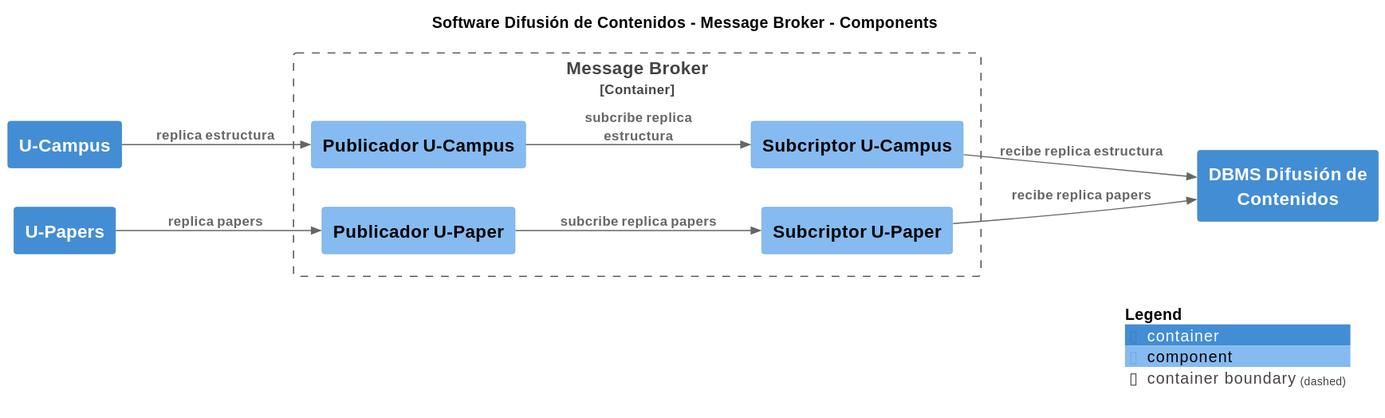
Earlier version of the PlantUML export build/site/svg/Component-002-Component-002.svg (nbrx/c4-dcc-arq). Its source is kept beside it as build/site/puml/Component-002-Component-002.puml. Source of this version:
```plantuml
@startuml
set separator none
title Software Difusión de Contenidos - Message Broker - Components

left to right direction

!include <C4/C4>
!include <C4/C4_Context>
!include <C4/C4_Container>
!include <C4/C4_Component>

skinparam svgDimensionStyle false
skinparam preserveAspectRatio meet
Container(SoftwareDifusióndeContenidos.DBMSDifusióndeContenidos, "DBMS Difusión de Contenidos", "", $tags="")
Container(SoftwareDifusióndeContenidos.UCampus, "U-Campus", "", $tags="")
Container(SoftwareDifusióndeContenidos.UPapers, "U-Papers", "", $tags="")

Container_Boundary("SoftwareDifusióndeContenidos.MessageBroker_boundary", "Message Broker", $tags="") {
  Component(SoftwareDifusióndeContenidos.MessageBroker.PublicadorUCampus, "Publicador U-Campus", "", $tags="")
  Component(SoftwareDifusióndeContenidos.MessageBroker.PublicadorUPaper, "Publicador U-Paper", "", $tags="")
  Component(SoftwareDifusióndeContenidos.MessageBroker.SubcriptorUCampus, "Subcriptor U-Campus", "", $tags="")
  Component(SoftwareDifusióndeContenidos.MessageBroker.SubcriptorUPaper, "Subcriptor U-Paper", "", $tags="")
}

Rel_D(SoftwareDifusióndeContenidos.MessageBroker.PublicadorUCampus, SoftwareDifusióndeContenidos.MessageBroker.SubcriptorUCampus, "subcribe replica estructura", $tags="")
Rel_D(SoftwareDifusióndeContenidos.MessageBroker.SubcriptorUCampus, SoftwareDifusióndeContenidos.DBMSDifusióndeContenidos, "recibe replica estructura", $tags="")
Rel_D(SoftwareDifusióndeContenidos.MessageBroker.PublicadorUPaper, SoftwareDifusióndeContenidos.MessageBroker.SubcriptorUPaper, "subcribe replica papers", $tags="")
Rel_D(SoftwareDifusióndeContenidos.MessageBroker.SubcriptorUPaper, SoftwareDifusióndeContenidos.DBMSDifusióndeContenidos, "recibe replica papers", $tags="")
Rel_D(SoftwareDifusióndeContenidos.UPapers, SoftwareDifusióndeContenidos.MessageBroker.PublicadorUPaper, "replica papers", $tags="")
Rel_D(SoftwareDifusióndeContenidos.UCampus, SoftwareDifusióndeContenidos.MessageBroker.PublicadorUCampus, "replica estructura", $tags="")

SHOW_LEGEND(true)
@enduml
```
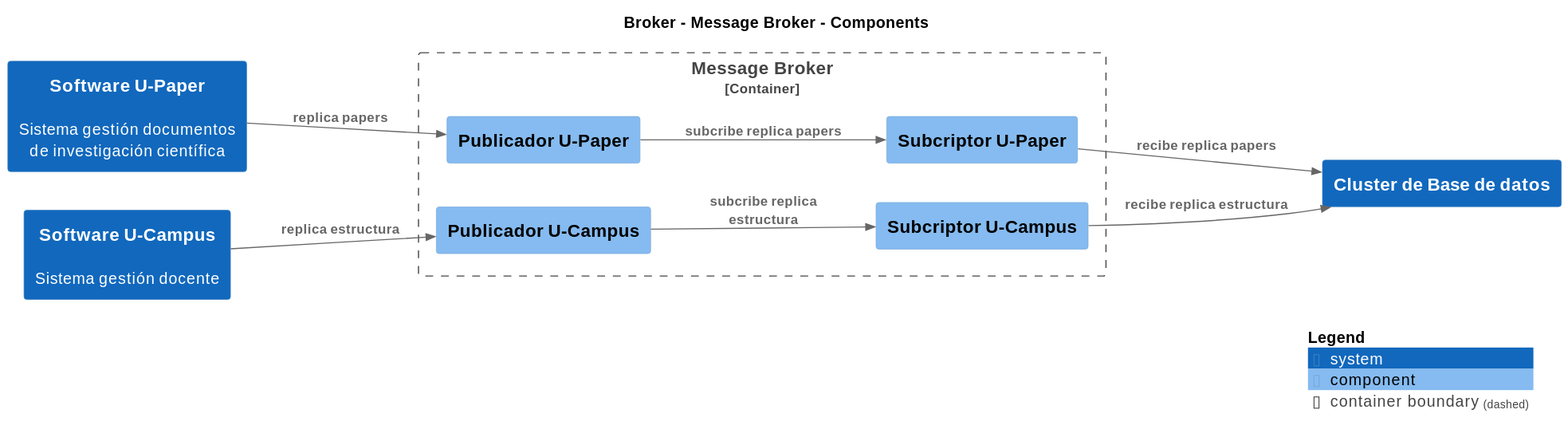
Above is the later version.

What changed in the source:
```diff
@@ -1,33 +1,32 @@
 @startuml
 set separator none
-title Software Difusión de Contenidos - Message Broker - Components
+title Broker - Message Broker - Components
 
 left to right direction
 
 !include <C4/C4>
 !include <C4/C4_Context>
-!include <C4/C4_Container>
 !include <C4/C4_Component>
 
 skinparam svgDimensionStyle false
 skinparam preserveAspectRatio meet
-Container(SoftwareDifusióndeContenidos.DBMSDifusióndeContenidos, "DBMS Difusión de Contenidos", "", $tags="")
-Container(SoftwareDifusióndeContenidos.UCampus, "U-Campus", "", $tags="")
-Container(SoftwareDifusióndeContenidos.UPapers, "U-Papers", "", $tags="")
+System(SoftwareUPaper, "Software U-Paper", "Sistema gestión documentos de investigación científica", $tags="")[[../../software-u-paper/context/]]
+System(SoftwareUCampus, "Software U-Campus", "Sistema gestión docente", $tags="")[[../../software-u-campus/context/]]
+System(ClusterdeBasededatos, "Cluster de Base de datos", "", $tags="")[[../../cluster-de-base-de-datos/context/]]
 
-Container_Boundary("SoftwareDifusióndeContenidos.MessageBroker_boundary", "Message Broker", $tags="") {
-  Component(SoftwareDifusióndeContenidos.MessageBroker.PublicadorUCampus, "Publicador U-Campus", "", $tags="")
-  Component(SoftwareDifusióndeContenidos.MessageBroker.PublicadorUPaper, "Publicador U-Paper", "", $tags="")
-  Component(SoftwareDifusióndeContenidos.MessageBroker.SubcriptorUCampus, "Subcriptor U-Campus", "", $tags="")
-  Component(SoftwareDifusióndeContenidos.MessageBroker.SubcriptorUPaper, "Subcriptor U-Paper", "", $tags="")
+Container_Boundary("Broker.MessageBroker_boundary", "Message Broker", $tags="") {
+  Component(Broker.MessageBroker.PublicadorUPaper, "Publicador U-Paper", "", $tags="")
+  Component(Broker.MessageBroker.SubcriptorUCampus, "Subcriptor U-Campus", "", $tags="")
+  Component(Broker.MessageBroker.SubcriptorUPaper, "Subcriptor U-Paper", "", $tags="")
+  Component(Broker.MessageBroker.PublicadorUCampus, "Publicador U-Campus", "", $tags="")
 }
 
-Rel_D(SoftwareDifusióndeContenidos.MessageBroker.PublicadorUCampus, SoftwareDifusióndeContenidos.MessageBroker.SubcriptorUCampus, "subcribe replica estructura", $tags="")
-Rel_D(SoftwareDifusióndeContenidos.MessageBroker.SubcriptorUCampus, SoftwareDifusióndeContenidos.DBMSDifusióndeContenidos, "recibe replica estructura", $tags="")
-Rel_D(SoftwareDifusióndeContenidos.MessageBroker.PublicadorUPaper, SoftwareDifusióndeContenidos.MessageBroker.SubcriptorUPaper, "subcribe replica papers", $tags="")
-Rel_D(SoftwareDifusióndeContenidos.MessageBroker.SubcriptorUPaper, SoftwareDifusióndeContenidos.DBMSDifusióndeContenidos, "recibe replica papers", $tags="")
-Rel_D(SoftwareDifusióndeContenidos.UPapers, SoftwareDifusióndeContenidos.MessageBroker.PublicadorUPaper, "replica papers", $tags="")
-Rel_D(SoftwareDifusióndeContenidos.UCampus, SoftwareDifusióndeContenidos.MessageBroker.PublicadorUCampus, "replica estructura", $tags="")
+Rel_D(Broker.MessageBroker.PublicadorUCampus, Broker.MessageBroker.SubcriptorUCampus, "subcribe replica estructura", $tags="")
+Rel_D(Broker.MessageBroker.SubcriptorUCampus, ClusterdeBasededatos, "recibe replica estructura", $tags="")
+Rel_D(Broker.MessageBroker.PublicadorUPaper, Broker.MessageBroker.SubcriptorUPaper, "subcribe replica papers", $tags="")
+Rel_D(Broker.MessageBroker.SubcriptorUPaper, ClusterdeBasededatos, "recibe replica papers", $tags="")
+Rel_D(SoftwareUCampus, Broker.MessageBroker.PublicadorUCampus, "replica estructura", $tags="")
+Rel_D(SoftwareUPaper, Broker.MessageBroker.PublicadorUPaper, "replica papers", $tags="")
 
 SHOW_LEGEND(true)
 @enduml
```
